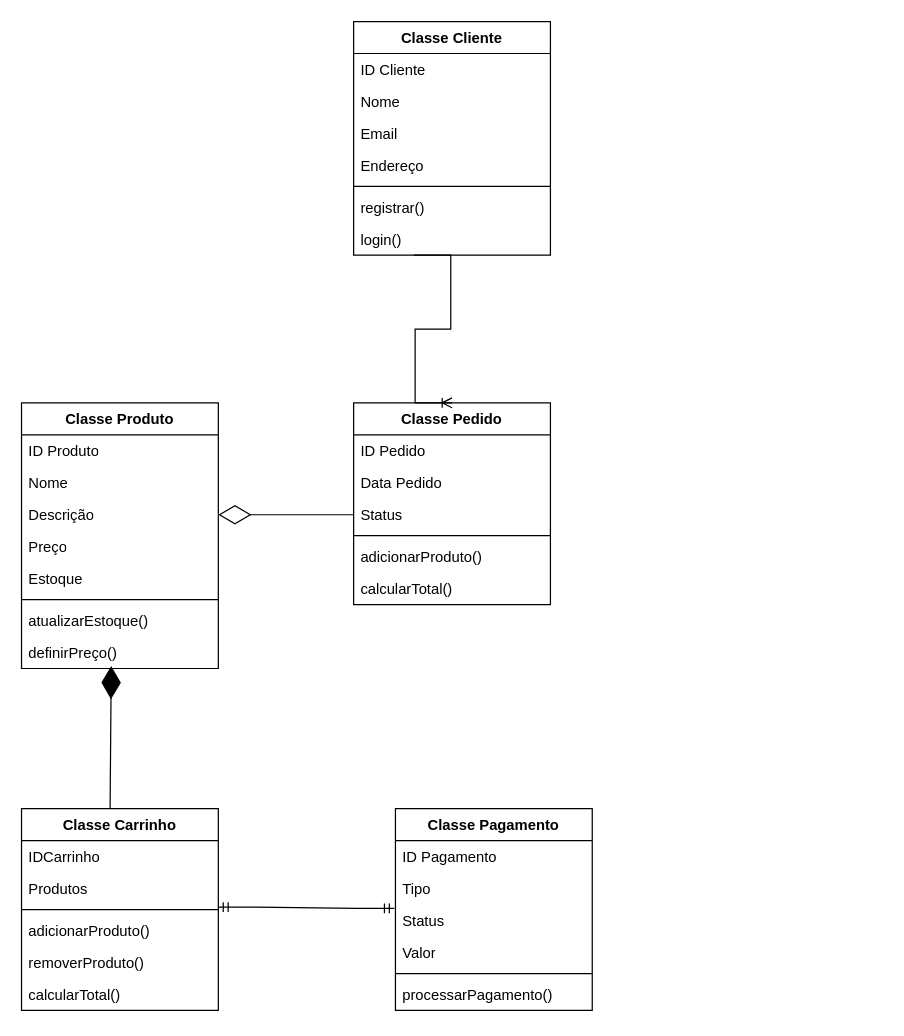
Above: Diagrama sem nome.drawio in NatanFBagatoli/Exercicio-prova (draw.io), before the change. Source tidied: cells renumbered, new cells numbered last; positions are measured from the earlier drawing's top-left corner, leaving out a move shared by most shapes. Both pictures are drawn from the tidied source at 123%, with x=0, y=0 at pixel (21, 21).
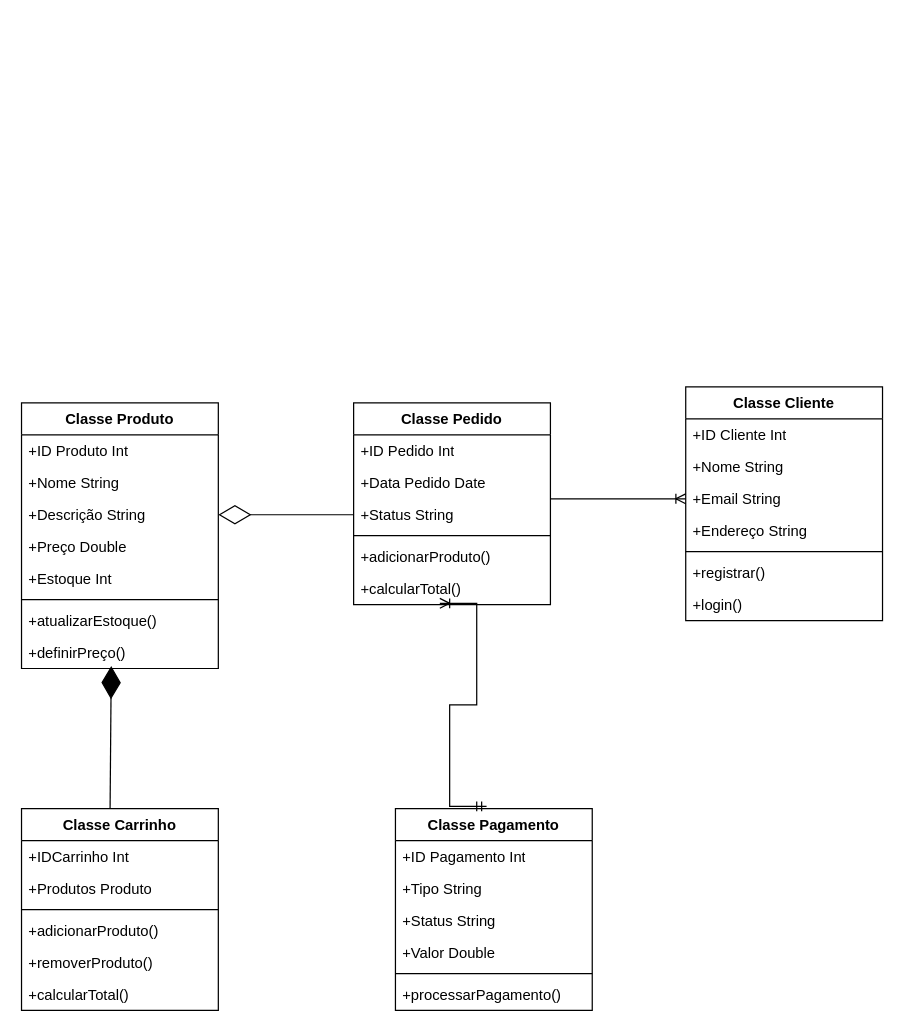
Above is the later version.

Unchanged cells that the change refers to:
```xml
<mxCell id="2" value="Classe Produto" style="swimlane;fontStyle=1;align=center;verticalAlign=top;horizontal=1;startSize=26;whiteSpace=wrap;html=1;" parent="1" vertex="1">
  <mxGeometry y="310" width="160" height="216" as="geometry" />
</mxCell>
<mxCell id="11" value="Classe Pedido" style="swimlane;fontStyle=1;align=center;verticalAlign=top;horizontal=1;startSize=26;whiteSpace=wrap;html=1;" parent="1" vertex="1">
  <mxGeometry x="270" y="310" width="160" height="164" as="geometry" />
</mxCell>
<mxCell id="26" value="Classe Carrinho" style="swimlane;fontStyle=1;align=center;verticalAlign=top;horizontal=1;startSize=26;whiteSpace=wrap;html=1;" parent="1" vertex="1">
  <mxGeometry y="640" width="160" height="164" as="geometry" />
</mxCell>
<mxCell id="29" style="line;strokeWidth=1;fillColor=none;align=left;verticalAlign=middle;spacingTop=-1;spacingLeft=3;spacingRight=3;labelPosition=right;points=[];portConstraint=eastwest;strokeColor=inherit;" parent="26" vertex="1">
  <mxGeometry y="78" width="160" height="8" as="geometry" />
</mxCell>
<mxCell id="33" value="Classe Pagamento" style="swimlane;fontStyle=1;align=center;verticalAlign=top;horizontal=1;startSize=26;whiteSpace=wrap;html=1;" parent="1" vertex="1">
  <mxGeometry x="304" y="640" width="160" height="164" as="geometry" />
</mxCell>
```

The edit, as a diff of the source:
```diff
@@
-    <mxCell id="3" value="ID Produto" style="text;strokeColor=none;fillColor=none;align=left;verticalAlign=top;spacingLeft=4;spacingRight=4;overflow=hidden;whiteSpace=wrap;html=1;" parent="2" vertex="1">
+    <mxCell id="3" value="+ID Produto Int" style="text;strokeColor=none;fillColor=none;align=left;verticalAlign=top;spacingLeft=4;spacingRight=4;overflow=hidden;whiteSpace=wrap;html=1;" parent="2" vertex="1">
       <mxGeometry y="26" width="160" height="26" as="geometry" />
     </mxCell>
-    <mxCell id="4" value="Nome" style="text;strokeColor=none;fillColor=none;align=left;verticalAlign=top;spacingLeft=4;spacingRight=4;overflow=hidden;whiteSpace=wrap;html=1;" parent="2" vertex="1">
+    <mxCell id="4" value="+Nome String" style="text;strokeColor=none;fillColor=none;align=left;verticalAlign=top;spacingLeft=4;spacingRight=4;overflow=hidden;whiteSpace=wrap;html=1;" parent="2" vertex="1">
       <mxGeometry y="52" width="160" height="26" as="geometry" />
     </mxCell>
-    <mxCell id="5" value="Descrição" style="text;strokeColor=none;fillColor=none;align=left;verticalAlign=top;spacingLeft=4;spacingRight=4;overflow=hidden;points=[[0,0.5],[1,0.5]];portConstraint=eastwest;whiteSpace=wrap;html=1;" parent="2" vertex="1">
+    <mxCell id="5" value="+Descrição String" style="text;strokeColor=none;fillColor=none;align=left;verticalAlign=top;spacingLeft=4;spacingRight=4;overflow=hidden;points=[[0,0.5],[1,0.5]];portConstraint=eastwest;whiteSpace=wrap;html=1;" parent="2" vertex="1">
       <mxGeometry y="78" width="160" height="26" as="geometry" />
     </mxCell>
-    <mxCell id="6" value="Preço" style="text;strokeColor=none;fillColor=none;align=left;verticalAlign=top;spacingLeft=4;spacingRight=4;overflow=hidden;whiteSpace=wrap;html=1;" parent="2" vertex="1">
+    <mxCell id="6" value="+Preço Double" style="text;strokeColor=none;fillColor=none;align=left;verticalAlign=top;spacingLeft=4;spacingRight=4;overflow=hidden;whiteSpace=wrap;html=1;" parent="2" vertex="1">
       <mxGeometry y="104" width="160" height="26" as="geometry" />
     </mxCell>
-    <mxCell id="7" value="Estoque" style="text;strokeColor=none;fillColor=none;align=left;verticalAlign=top;spacingLeft=4;spacingRight=4;overflow=hidden;whiteSpace=wrap;html=1;" parent="2" vertex="1">
+    <mxCell id="7" value="+Estoque Int" style="text;strokeColor=none;fillColor=none;align=left;verticalAlign=top;spacingLeft=4;spacingRight=4;overflow=hidden;whiteSpace=wrap;html=1;" parent="2" vertex="1">
       <mxGeometry y="130" width="160" height="26" as="geometry" />
     </mxCell>
@@
-    <mxCell id="9" value=" atualizarEstoque()" style="text;strokeColor=none;fillColor=none;align=left;verticalAlign=top;spacingLeft=4;spacingRight=4;overflow=hidden;whiteSpace=wrap;html=1;" parent="2" vertex="1">
+    <mxCell id="9" value="+atualizarEstoque()" style="text;strokeColor=none;fillColor=none;align=left;verticalAlign=top;spacingLeft=4;spacingRight=4;overflow=hidden;whiteSpace=wrap;html=1;" parent="2" vertex="1">
       <mxGeometry y="164" width="160" height="26" as="geometry" />
     </mxCell>
-    <mxCell id="10" value="definirPreço()" style="text;strokeColor=none;fillColor=none;align=left;verticalAlign=top;spacingLeft=4;spacingRight=4;overflow=hidden;points=[[0,0.5],[1,0.5]];portConstraint=eastwest;whiteSpace=wrap;html=1;" parent="2" vertex="1">
+    <mxCell id="10" value="+definirPreço()" style="text;strokeColor=none;fillColor=none;align=left;verticalAlign=top;spacingLeft=4;spacingRight=4;overflow=hidden;points=[[0,0.5],[1,0.5]];portConstraint=eastwest;whiteSpace=wrap;html=1;" parent="2" vertex="1">
       <mxGeometry y="190" width="160" height="26" as="geometry" />
     </mxCell>
@@
-    <mxCell id="12" value="ID Pedido" style="text;strokeColor=none;fillColor=none;align=left;verticalAlign=top;spacingLeft=4;spacingRight=4;overflow=hidden;whiteSpace=wrap;html=1;" parent="11" vertex="1">
+    <mxCell id="12" value="+ID Pedido Int" style="text;strokeColor=none;fillColor=none;align=left;verticalAlign=top;spacingLeft=4;spacingRight=4;overflow=hidden;whiteSpace=wrap;html=1;" parent="11" vertex="1">
       <mxGeometry y="26" width="160" height="26" as="geometry" />
     </mxCell>
-    <mxCell id="13" value="Data Pedido" style="text;strokeColor=none;fillColor=none;align=left;verticalAlign=top;spacingLeft=4;spacingRight=4;overflow=hidden;whiteSpace=wrap;html=1;" parent="11" vertex="1">
+    <mxCell id="13" value="+Data Pedido Date" style="text;strokeColor=none;fillColor=none;align=left;verticalAlign=top;spacingLeft=4;spacingRight=4;overflow=hidden;whiteSpace=wrap;html=1;" parent="11" vertex="1">
       <mxGeometry y="52" width="160" height="26" as="geometry" />
     </mxCell>
-    <mxCell id="14" value="Status" style="text;strokeColor=none;fillColor=none;align=left;verticalAlign=top;spacingLeft=4;spacingRight=4;overflow=hidden;points=[[0,0.5],[1,0.5]];portConstraint=eastwest;whiteSpace=wrap;html=1;" parent="11" vertex="1">
+    <mxCell id="14" value="+Status String" style="text;strokeColor=none;fillColor=none;align=left;verticalAlign=top;spacingLeft=4;spacingRight=4;overflow=hidden;points=[[0,0.5],[1,0.5]];portConstraint=eastwest;whiteSpace=wrap;html=1;" parent="11" vertex="1">
       <mxGeometry y="78" width="160" height="26" as="geometry" />
     </mxCell>
@@
-    <mxCell id="16" value=" adicionarProduto()" style="text;strokeColor=none;fillColor=none;align=left;verticalAlign=top;spacingLeft=4;spacingRight=4;overflow=hidden;whiteSpace=wrap;html=1;" parent="11" vertex="1">
+    <mxCell id="16" value="+adicionarProduto()" style="text;strokeColor=none;fillColor=none;align=left;verticalAlign=top;spacingLeft=4;spacingRight=4;overflow=hidden;whiteSpace=wrap;html=1;" parent="11" vertex="1">
       <mxGeometry y="112" width="160" height="26" as="geometry" />
     </mxCell>
-    <mxCell id="17" value="calcularTotal()" style="text;strokeColor=none;fillColor=none;align=left;verticalAlign=top;spacingLeft=4;spacingRight=4;overflow=hidden;points=[[0,0.5],[1,0.5]];portConstraint=eastwest;whiteSpace=wrap;html=1;" parent="11" vertex="1">
+    <mxCell id="17" value="+calcularTotal()" style="text;strokeColor=none;fillColor=none;align=left;verticalAlign=top;spacingLeft=4;spacingRight=4;overflow=hidden;points=[[0,0.5],[1,0.5]];portConstraint=eastwest;whiteSpace=wrap;html=1;" parent="11" vertex="1">
       <mxGeometry y="138" width="160" height="26" as="geometry" />
     </mxCell>
     <mxCell id="18" value="Classe Cliente" style="swimlane;fontStyle=1;align=center;verticalAlign=top;horizontal=1;startSize=26;whiteSpace=wrap;html=1;" parent="1" vertex="1">
-      <mxGeometry x="270" width="160" height="190" as="geometry" />
+      <mxGeometry x="540" y="297" width="160" height="190" as="geometry" />
     </mxCell>
-    <mxCell id="19" value="ID Cliente" style="text;strokeColor=none;fillColor=none;align=left;verticalAlign=top;spacingLeft=4;spacingRight=4;overflow=hidden;whiteSpace=wrap;html=1;" parent="18" vertex="1">
+    <mxCell id="19" value="+ID Cliente Int" style="text;strokeColor=none;fillColor=none;align=left;verticalAlign=top;spacingLeft=4;spacingRight=4;overflow=hidden;whiteSpace=wrap;html=1;" parent="18" vertex="1">
       <mxGeometry y="26" width="160" height="26" as="geometry" />
     </mxCell>
-    <mxCell id="20" value="Nome" style="text;strokeColor=none;fillColor=none;align=left;verticalAlign=top;spacingLeft=4;spacingRight=4;overflow=hidden;whiteSpace=wrap;html=1;" parent="18" vertex="1">
+    <mxCell id="20" value="+Nome String" style="text;strokeColor=none;fillColor=none;align=left;verticalAlign=top;spacingLeft=4;spacingRight=4;overflow=hidden;whiteSpace=wrap;html=1;" parent="18" vertex="1">
       <mxGeometry y="52" width="160" height="26" as="geometry" />
     </mxCell>
-    <mxCell id="21" value="Email" style="text;strokeColor=none;fillColor=none;align=left;verticalAlign=top;spacingLeft=4;spacingRight=4;overflow=hidden;points=[[0,0.5],[1,0.5]];portConstraint=eastwest;whiteSpace=wrap;html=1;" parent="18" vertex="1">
+    <mxCell id="21" value="+Email String" style="text;strokeColor=none;fillColor=none;align=left;verticalAlign=top;spacingLeft=4;spacingRight=4;overflow=hidden;points=[[0,0.5],[1,0.5]];portConstraint=eastwest;whiteSpace=wrap;html=1;" parent="18" vertex="1">
       <mxGeometry y="78" width="160" height="26" as="geometry" />
     </mxCell>
-    <mxCell id="22" value="Endereço" style="text;strokeColor=none;fillColor=none;align=left;verticalAlign=top;spacingLeft=4;spacingRight=4;overflow=hidden;whiteSpace=wrap;html=1;" parent="18" vertex="1">
+    <mxCell id="22" value="+Endereço String" style="text;strokeColor=none;fillColor=none;align=left;verticalAlign=top;spacingLeft=4;spacingRight=4;overflow=hidden;whiteSpace=wrap;html=1;" parent="18" vertex="1">
       <mxGeometry y="104" width="160" height="26" as="geometry" />
     </mxCell>
@@
-    <mxCell id="24" value="registrar()" style="text;strokeColor=none;fillColor=none;align=left;verticalAlign=top;spacingLeft=4;spacingRight=4;overflow=hidden;whiteSpace=wrap;html=1;" parent="18" vertex="1">
+    <mxCell id="24" value="+registrar()" style="text;strokeColor=none;fillColor=none;align=left;verticalAlign=top;spacingLeft=4;spacingRight=4;overflow=hidden;whiteSpace=wrap;html=1;" parent="18" vertex="1">
       <mxGeometry y="138" width="160" height="26" as="geometry" />
     </mxCell>
-    <mxCell id="25" value="login()&lt;div&gt;&lt;br/&gt;&lt;/div&gt;" style="text;strokeColor=none;fillColor=none;align=left;verticalAlign=top;spacingLeft=4;spacingRight=4;overflow=hidden;points=[[0,0.5],[1,0.5]];portConstraint=eastwest;whiteSpace=wrap;html=1;" parent="18" vertex="1">
+    <mxCell id="25" value="+login()&lt;div&gt;&lt;br&gt;&lt;/div&gt;" style="text;strokeColor=none;fillColor=none;align=left;verticalAlign=top;spacingLeft=4;spacingRight=4;overflow=hidden;points=[[0,0.5],[1,0.5]];portConstraint=eastwest;whiteSpace=wrap;html=1;" parent="18" vertex="1">
       <mxGeometry y="164" width="160" height="26" as="geometry" />
     </mxCell>
@@
-    <mxCell id="27" value=" IDCarrinho" style="text;strokeColor=none;fillColor=none;align=left;verticalAlign=top;spacingLeft=4;spacingRight=4;overflow=hidden;whiteSpace=wrap;html=1;" parent="26" vertex="1">
+    <mxCell id="27" value="+IDCarrinho Int" style="text;strokeColor=none;fillColor=none;align=left;verticalAlign=top;spacingLeft=4;spacingRight=4;overflow=hidden;whiteSpace=wrap;html=1;" parent="26" vertex="1">
       <mxGeometry y="26" width="160" height="26" as="geometry" />
     </mxCell>
-    <mxCell id="28" value="Produtos" style="text;strokeColor=none;fillColor=none;align=left;verticalAlign=top;spacingLeft=4;spacingRight=4;overflow=hidden;whiteSpace=wrap;html=1;" parent="26" vertex="1">
+    <mxCell id="28" value="+Produtos Produto" style="text;strokeColor=none;fillColor=none;align=left;verticalAlign=top;spacingLeft=4;spacingRight=4;overflow=hidden;whiteSpace=wrap;html=1;" parent="26" vertex="1">
       <mxGeometry y="52" width="160" height="26" as="geometry" />
     </mxCell>
@@
-    <mxCell id="30" value="adicionarProduto()" style="text;strokeColor=none;fillColor=none;align=left;verticalAlign=top;spacingLeft=4;spacingRight=4;overflow=hidden;whiteSpace=wrap;html=1;" parent="26" vertex="1">
+    <mxCell id="30" value="+adicionarProduto()" style="text;strokeColor=none;fillColor=none;align=left;verticalAlign=top;spacingLeft=4;spacingRight=4;overflow=hidden;whiteSpace=wrap;html=1;" parent="26" vertex="1">
       <mxGeometry y="86" width="160" height="26" as="geometry" />
     </mxCell>
-    <mxCell id="31" value="removerProduto()" style="text;strokeColor=none;fillColor=none;align=left;verticalAlign=top;spacingLeft=4;spacingRight=4;overflow=hidden;whiteSpace=wrap;html=1;" parent="26" vertex="1">
+    <mxCell id="31" value="+removerProduto()" style="text;strokeColor=none;fillColor=none;align=left;verticalAlign=top;spacingLeft=4;spacingRight=4;overflow=hidden;whiteSpace=wrap;html=1;" parent="26" vertex="1">
       <mxGeometry y="112" width="160" height="26" as="geometry" />
     </mxCell>
-    <mxCell id="32" value="calcularTotal()&lt;div&gt;&lt;br/&gt;&lt;/div&gt;" style="text;strokeColor=none;fillColor=none;align=left;verticalAlign=top;spacingLeft=4;spacingRight=4;overflow=hidden;whiteSpace=wrap;html=1;" parent="26" vertex="1">
+    <mxCell id="32" value="+calcularTotal()&lt;div&gt;&lt;br&gt;&lt;/div&gt;" style="text;strokeColor=none;fillColor=none;align=left;verticalAlign=top;spacingLeft=4;spacingRight=4;overflow=hidden;whiteSpace=wrap;html=1;" parent="26" vertex="1">
       <mxGeometry y="138" width="160" height="26" as="geometry" />
     </mxCell>
@@
-    <mxCell id="34" value="ID Pagamento" style="text;strokeColor=none;fillColor=none;align=left;verticalAlign=top;spacingLeft=4;spacingRight=4;overflow=hidden;whiteSpace=wrap;html=1;" parent="33" vertex="1">
+    <mxCell id="34" value="+ID Pagamento Int" style="text;strokeColor=none;fillColor=none;align=left;verticalAlign=top;spacingLeft=4;spacingRight=4;overflow=hidden;whiteSpace=wrap;html=1;" parent="33" vertex="1">
       <mxGeometry y="26" width="160" height="26" as="geometry" />
     </mxCell>
-    <mxCell id="35" value="Tipo" style="text;strokeColor=none;fillColor=none;align=left;verticalAlign=top;spacingLeft=4;spacingRight=4;overflow=hidden;whiteSpace=wrap;html=1;" parent="33" vertex="1">
+    <mxCell id="35" value="+Tipo String" style="text;strokeColor=none;fillColor=none;align=left;verticalAlign=top;spacingLeft=4;spacingRight=4;overflow=hidden;whiteSpace=wrap;html=1;" parent="33" vertex="1">
       <mxGeometry y="52" width="160" height="26" as="geometry" />
     </mxCell>
-    <mxCell id="36" value="Status" style="text;strokeColor=none;fillColor=none;align=left;verticalAlign=top;spacingLeft=4;spacingRight=4;overflow=hidden;points=[[0,0.5],[1,0.5]];portConstraint=eastwest;whiteSpace=wrap;html=1;" parent="33" vertex="1">
+    <mxCell id="36" value="+Status String" style="text;strokeColor=none;fillColor=none;align=left;verticalAlign=top;spacingLeft=4;spacingRight=4;overflow=hidden;points=[[0,0.5],[1,0.5]];portConstraint=eastwest;whiteSpace=wrap;html=1;" parent="33" vertex="1">
       <mxGeometry y="78" width="160" height="26" as="geometry" />
     </mxCell>
-    <mxCell id="37" value="Valor" style="text;strokeColor=none;fillColor=none;align=left;verticalAlign=top;spacingLeft=4;spacingRight=4;overflow=hidden;whiteSpace=wrap;html=1;" parent="33" vertex="1">
+    <mxCell id="37" value="+Valor Double" style="text;strokeColor=none;fillColor=none;align=left;verticalAlign=top;spacingLeft=4;spacingRight=4;overflow=hidden;whiteSpace=wrap;html=1;" parent="33" vertex="1">
       <mxGeometry y="104" width="160" height="26" as="geometry" />
     </mxCell>
@@
-    <mxCell id="39" value="processarPagamento()" style="text;strokeColor=none;fillColor=none;align=left;verticalAlign=top;spacingLeft=4;spacingRight=4;overflow=hidden;whiteSpace=wrap;html=1;" parent="33" vertex="1">
+    <mxCell id="39" value="+processarPagamento()" style="text;strokeColor=none;fillColor=none;align=left;verticalAlign=top;spacingLeft=4;spacingRight=4;overflow=hidden;whiteSpace=wrap;html=1;" parent="33" vertex="1">
       <mxGeometry y="138" width="160" height="26" as="geometry" />
     </mxCell>
-    <mxCell id="40" style="edgeStyle=entityRelationEdgeStyle;fontSize=12;html=1;endArrow=ERoneToMany;rounded=0;exitX=0.306;exitY=1;exitDx=0;exitDy=0;exitPerimeter=0;" parent="1" edge="1" source="25">
-      <mxGeometry relative="1" as="geometry">
-        <mxPoint x="350" y="310" as="targetPoint" />
-        <Array as="points">
-          <mxPoint x="370" y="260" />
-          <mxPoint x="350" y="270" />
-          <mxPoint x="630" y="220" />
-        </Array>
-      </mxGeometry>
-    </mxCell>
@@
-    <mxCell id="42" style="edgeStyle=entityRelationEdgeStyle;fontSize=12;html=1;endArrow=ERmandOne;startArrow=ERmandOne;rounded=0;exitX=1;exitY=0.25;exitDx=0;exitDy=0;exitPerimeter=0;entryX=-0.006;entryY=0.115;entryDx=0;entryDy=0;entryPerimeter=0;" parent="1" edge="1" source="29" target="36">
-      <mxGeometry relative="1" as="geometry">
-        <Array as="points">
-          <mxPoint x="350" y="560" />
-        </Array>
-      </mxGeometry>
-    </mxCell>
@@
+    <mxCell id="44" style="edgeStyle=entityRelationEdgeStyle;fontSize=12;html=1;endArrow=ERoneToMany;rounded=0;entryX=0;entryY=0.5;entryDx=0;entryDy=0;" parent="1" edge="1" target="21">
+      <mxGeometry relative="1" as="geometry">
+        <mxPoint x="430" y="388" as="sourcePoint" />
+      </mxGeometry>
+    </mxCell>
+    <mxCell id="45" style="edgeStyle=entityRelationEdgeStyle;fontSize=12;html=1;endArrow=ERoneToMany;startArrow=ERmandOne;rounded=0;exitX=0.463;exitY=-0.012;exitDx=0;exitDy=0;exitPerimeter=0;entryX=0.438;entryY=0.962;entryDx=0;entryDy=0;entryPerimeter=0;" parent="1" edge="1" source="33" target="17">
+      <mxGeometry relative="1" as="geometry" />
+    </mxCell>
```
